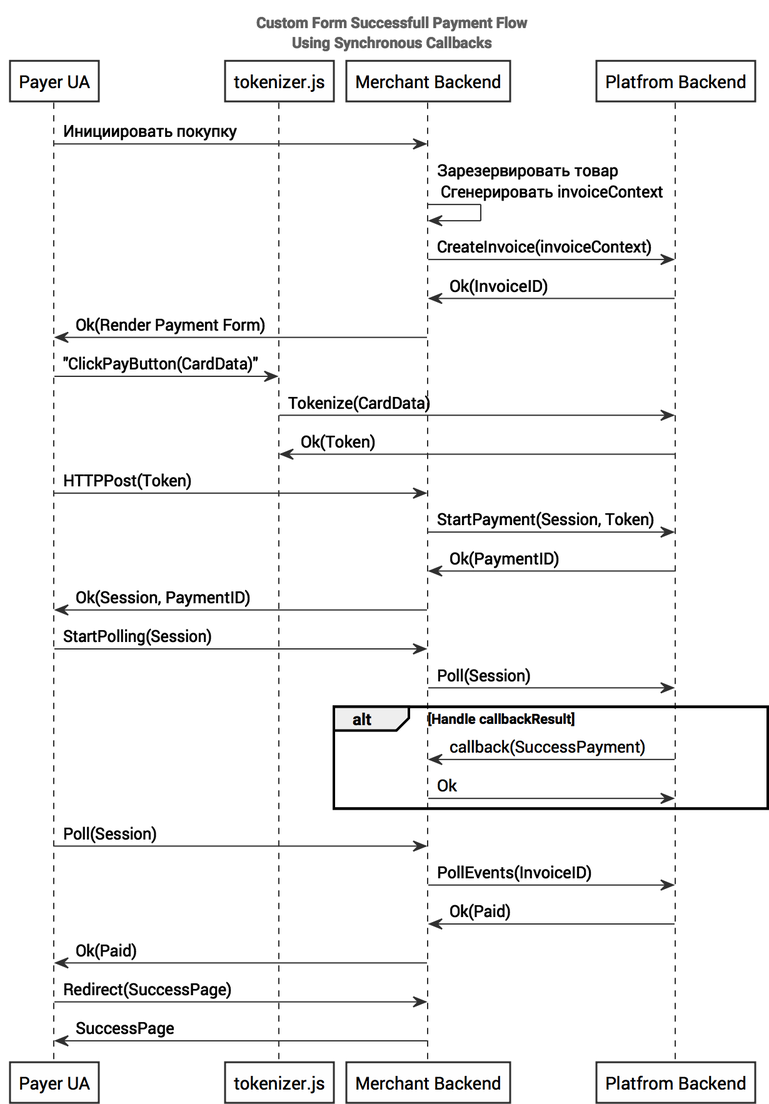
The PlantUML diagram mkdocs/content/wsd/custom_form_w_cb.png in rbkmoney/docs, before a commit. Its source is kept beside it as mkdocs/content/wsd/custom_form_w_cb.wsd. The source it was exported from:
```plantuml
@startuml

!include "plantuml-toolset/super-serious-skin.iwsd"

title Custom Form Successfull Payment Flow\nUsing Synchronous Callbacks

participant "Payer UA" as UA
participant "tokenizer.js" as TKN
participant "Merchant Backend" as MBE
participant "Platfrom Backend" as PBE


UA -> MBE: Инициировать покупку

MBE -> MBE:  Зарезервировать товар \n Сгенерировать invoiceContext

MBE -> PBE: CreateInvoice(invoiceContext)
PBE -> MBE: Ok(InvoiceID)

MBE -> UA: Ok(Render Payment Form)

UA -> TKN: "ClickPayButton(CardData)"

TKN -> PBE: Tokenize(CardData)
PBE -> TKN: Ok(Token)

UA -> MBE: HTTPPost(Token)

MBE -> PBE: StartPayment(Session, Token)
PBE -> MBE: Ok(PaymentID)
MBE -> UA: Ok(Session, PaymentID)

UA -> MBE: StartPolling(Session)
MBE -> PBE: Poll(Session)

alt Handle callbackResult
PBE -> MBE: callback(SuccessPayment)
MBE -> PBE: Ok
end

UA -> MBE: Poll(Session)
MBE -> PBE: PollEvents(InvoiceID)
PBE -> MBE: Ok(Paid)

MBE -> UA: Ok(Paid)

UA -> MBE: Redirect(SuccessPage)
MBE -> UA: SuccessPage


@enduml
```
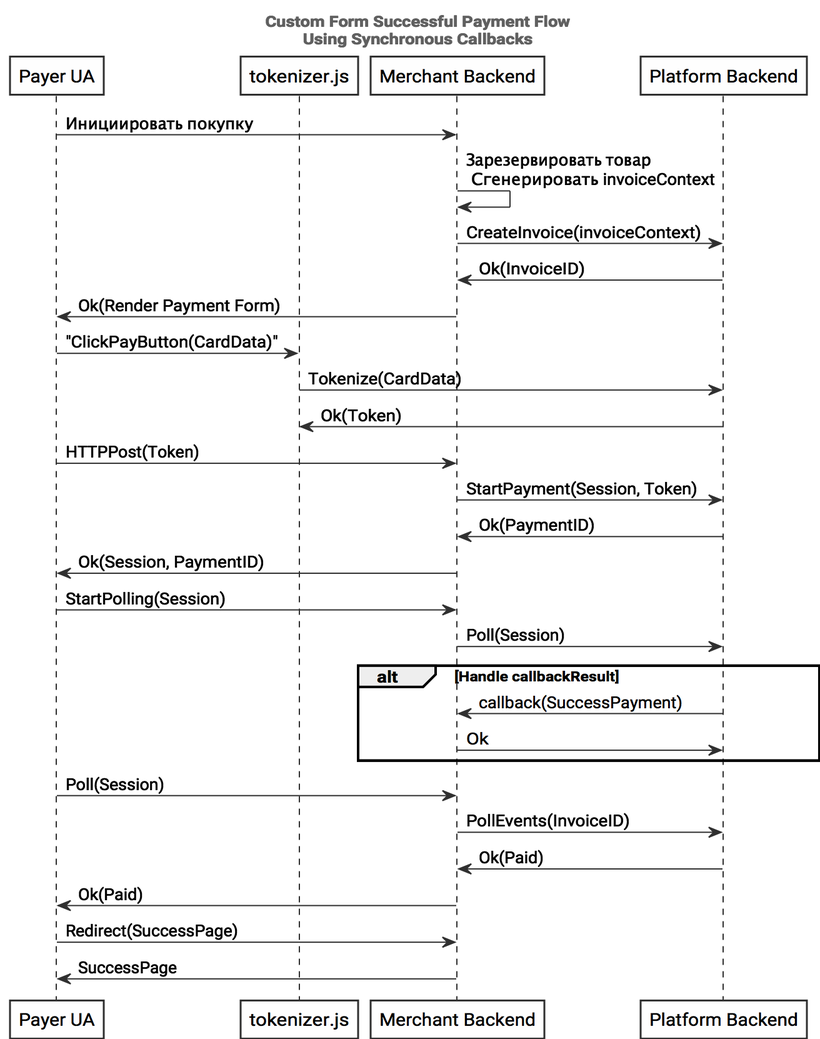
After the change.

The edit, as a diff of the source:
```diff
@@ -2,12 +2,12 @@
 
 !include "plantuml-toolset/super-serious-skin.iwsd"
 
-title Custom Form Successfull Payment Flow\nUsing Synchronous Callbacks
+title Custom Form Successful Payment Flow\nUsing Synchronous Callbacks
 
 participant "Payer UA" as UA
 participant "tokenizer.js" as TKN
 participant "Merchant Backend" as MBE
-participant "Platfrom Backend" as PBE
+participant "Platform Backend" as PBE
 
 
 UA -> MBE: Инициировать покупку
```
